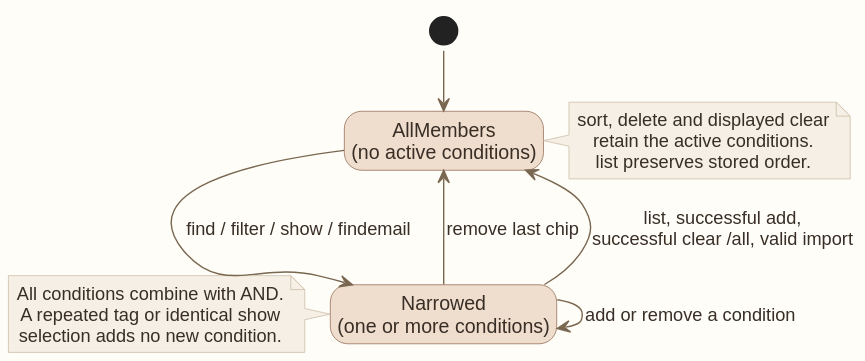
Before: docs/images/FilterLifecycleDiagram.svg, a diagram exported from PlantUML (AY2627S1-CS2103T-W12-1/tp).
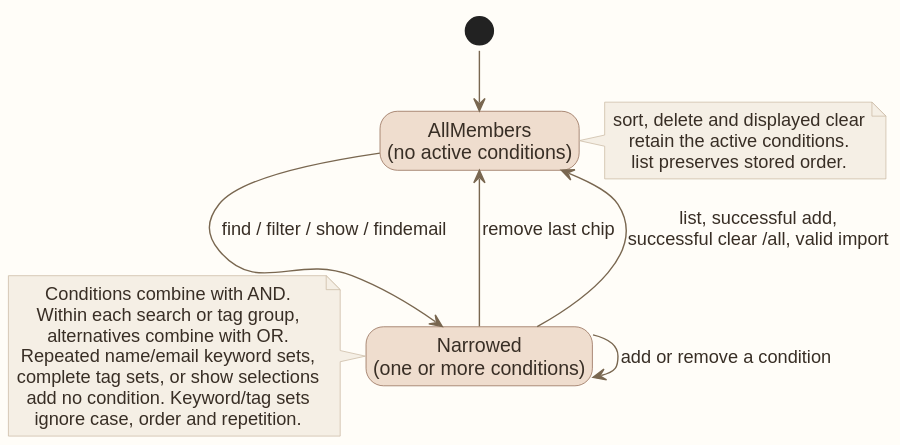
After the change.

Commit message:
Correct cumulative filter checks in the guide

Reset the view between independent search examples and separately test
cumulative conditions and tag-group identity. Explain the same rules in
the regenerated lifecycle diagram so correct behavior is not reported as
a failed manual check.

Fixes #340

The edit, as a diff of the source:
```diff
@@ -20,9 +20,13 @@
 Narrowed --> Narrowed : add or remove a condition
 
 note left of Narrowed
-All conditions combine with AND.
-A repeated tag or identical show
-selection adds no new condition.
+Conditions combine with AND.
+Within each search or tag group,
+alternatives combine with OR.
+Repeated name/email keyword sets,
+complete tag sets, or show selections
+add no condition. Keyword/tag sets
+ignore case, order and repetition.
 end note
 
 note right of AllMembers
```
